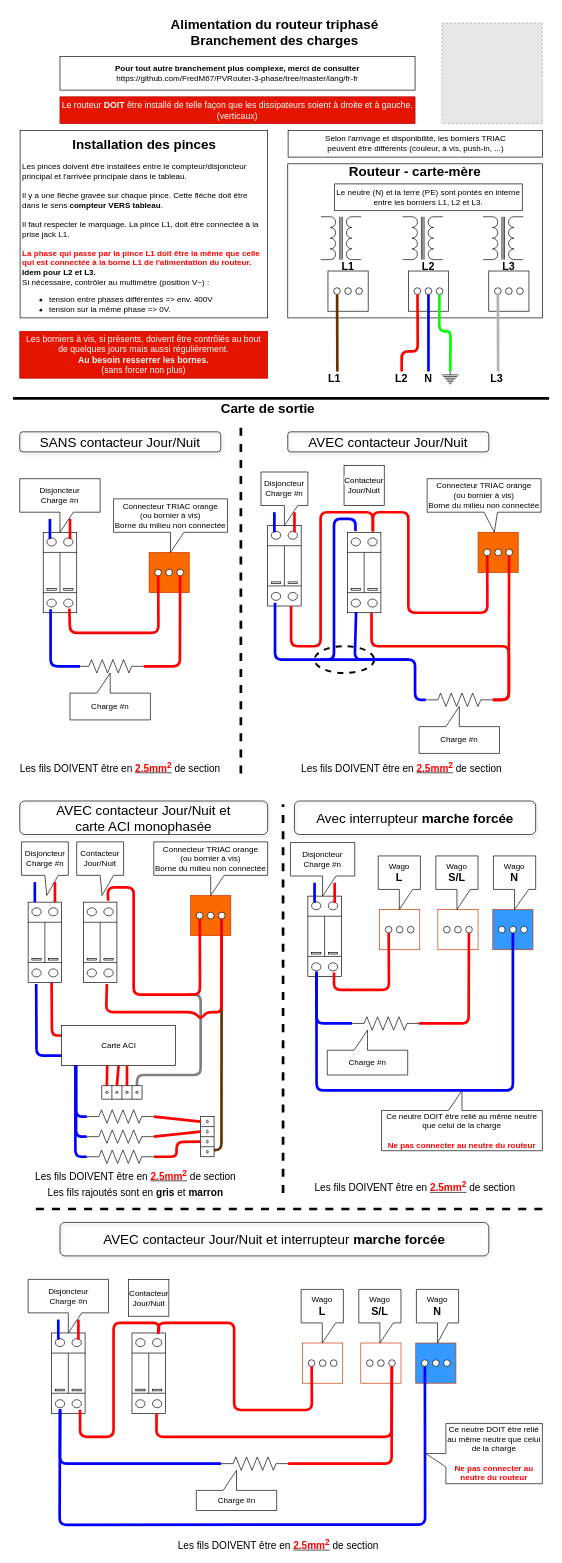
Earlier version of the draw.io diagram docs/HowToInstall.drawio (FredM67/PVRouter-3-phase). Source tidied: cells renumbered, new cells numbered last; positions are measured from the earlier drawing's top-left corner, leaving out a move shared by most shapes. Both pictures are drawn from the tidied source at 67%, with x=0, y=0 at pixel (13, 11). Pictures stored in the file or linked from it are replaced by grey dashed boxes.
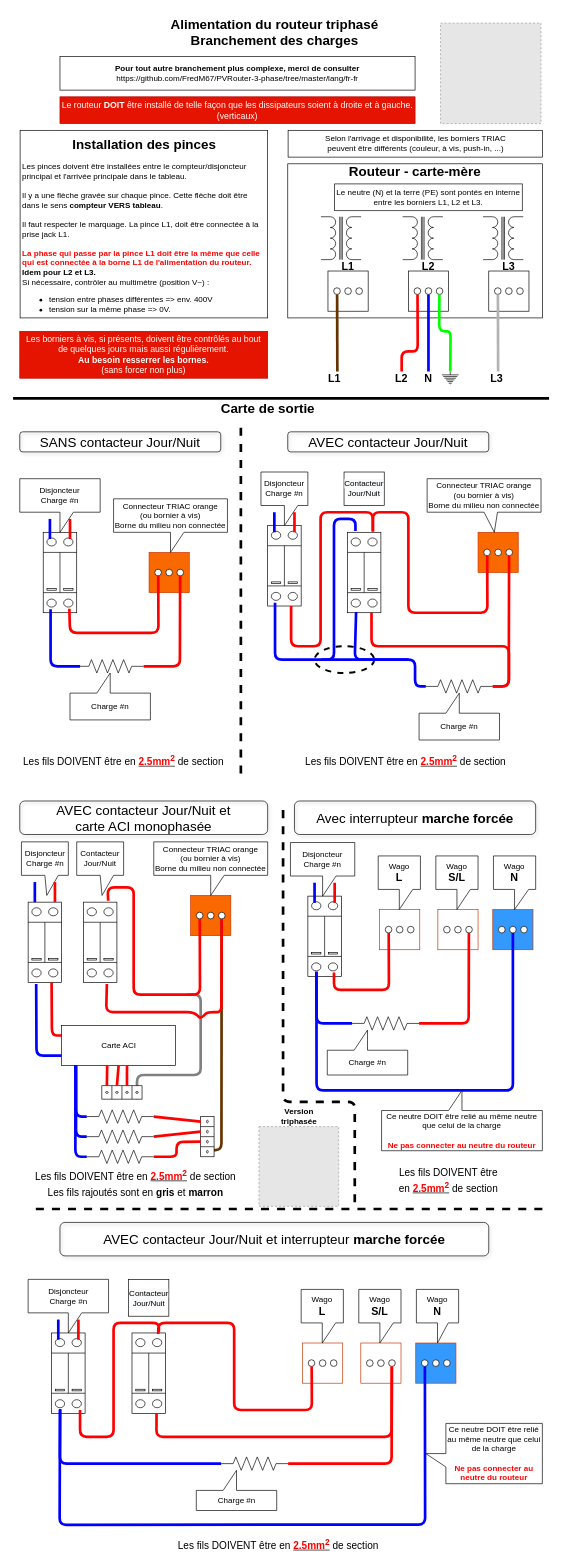
Above is the later version.

Unchanged cells that the change refers to:
```xml
<mxCell id="27" style="verticalLabelPosition=bottom;shadow=0;dashed=0;align=center;html=1;verticalAlign=top;shape=mxgraph.electrical.transmission.terminal_3_phase;" parent="1" vertex="1">
  <mxGeometry x="702.5" y="802" width="43" height="10" as="geometry" />
</mxCell>
<mxCell id="36" style="verticalLabelPosition=bottom;dashed=0;shadow=0;html=1;align=center;verticalAlign=top;shape=mxgraph.cabinets.surge_protection_2p;" parent="1" vertex="1">
  <mxGeometry x="499" y="777" width="50" height="120" as="geometry" />
</mxCell>
```

The edit, as a diff of the source:
```diff
@@
-    <mxCell id="3" style="fillColor=#E6E6E6;strokeColor=#999999;dashed=1;verticalLabelPosition=bottom;verticalAlign=top;" parent="1" vertex="1">
-      <mxGeometry x="640" y="17" width="150" height="150" as="geometry" />
-    </mxCell>
@@
     <mxCell id="21" value="&lt;font style=&quot;font-size: 15px&quot;&gt;Les fils DOIVENT être en&amp;nbsp;&lt;b&gt;&lt;u&gt;&lt;font color=&quot;#ff0000&quot;&gt;2.5mm&lt;sup&gt;2&lt;/sup&gt;&lt;/font&gt;&lt;/u&gt;&lt;/b&gt;&amp;nbsp;de section&lt;/font&gt;" style="text;html=1;strokeColor=none;fillColor=none;align=center;verticalAlign=middle;whiteSpace=wrap;rounded=0;fontSize=20;" parent="1" vertex="1">
-      <mxGeometry y="1117" width="320" height="20" as="geometry" />
+      <mxGeometry x="5" y="1107" width="320" height="20" as="geometry" />
     </mxCell>
     <mxCell id="22" value="&lt;font style=&quot;font-size: 15px&quot;&gt;Les fils DOIVENT être en &lt;b&gt;&lt;u&gt;&lt;font color=&quot;#ff0000&quot;&gt;2.5mm&lt;sup&gt;2&lt;/sup&gt;&lt;/font&gt;&lt;/u&gt;&lt;/b&gt; de section&lt;/font&gt;" style="text;html=1;strokeColor=none;fillColor=none;align=center;verticalAlign=middle;whiteSpace=wrap;rounded=0;fontSize=20;" parent="1" vertex="1">
-      <mxGeometry x="420" y="1117" width="320" height="20" as="geometry" />
+      <mxGeometry x="425.5" y="1107" width="320" height="20" as="geometry" />
     </mxCell>
@@
     <mxCell id="31" style="verticalLabelPosition=bottom;shadow=0;dashed=0;align=center;html=1;verticalAlign=top;shape=mxgraph.electrical.resistors.resistor_2;" parent="1" vertex="1">
-      <mxGeometry x="616" y="1017" width="100" height="20" as="geometry" />
+      <mxGeometry x="616" y="997" width="100" height="20" as="geometry" />
     </mxCell>
     <mxCell id="32" value="Charge #n" style="shape=callout;whiteSpace=wrap;html=1;perimeter=calloutPerimeter;direction=west;" parent="1" vertex="1">
-      <mxGeometry x="606" y="1037" width="120" height="70" as="geometry" />
+      <mxGeometry x="606" y="1017" width="120" height="70" as="geometry" />
     </mxCell>
@@
     <mxCell id="38" value="&lt;span style=&quot;color: rgb(0 , 0 , 0) ; font-family: &amp;#34;helvetica&amp;#34; ; font-size: 12px ; font-style: normal ; font-weight: 400 ; letter-spacing: normal ; text-align: center ; text-indent: 0px ; text-transform: none ; word-spacing: 0px ; background-color: rgb(248 , 249 , 250) ; display: inline ; float: none&quot;&gt;Contacteur&lt;/span&gt;&lt;br style=&quot;color: rgb(0 , 0 , 0) ; font-family: &amp;#34;helvetica&amp;#34; ; font-size: 12px ; font-style: normal ; font-weight: 400 ; letter-spacing: normal ; text-align: center ; text-indent: 0px ; text-transform: none ; word-spacing: 0px ; background-color: rgb(248 , 249 , 250)&quot;&gt;&lt;span style=&quot;color: rgb(0 , 0 , 0) ; font-family: &amp;#34;helvetica&amp;#34; ; font-size: 12px ; font-style: normal ; font-weight: 400 ; letter-spacing: normal ; text-align: center ; text-indent: 0px ; text-transform: none ; word-spacing: 0px ; background-color: rgb(248 , 249 , 250) ; display: inline ; float: none&quot;&gt;Jour/Nuit&lt;/span&gt;&lt;br&gt;" style="rounded=0;whiteSpace=wrap;html=1;" parent="1" vertex="1">
-      <mxGeometry x="494" y="677" width="60" height="60" as="geometry" />
+      <mxGeometry x="494" y="687" width="60" height="50" as="geometry" />
     </mxCell>
@@
     <mxCell id="40" style="html=1;exitX=0.88;exitY=1;exitDx=0;exitDy=0;exitPerimeter=0;fillColor=#a20025;strokeWidth=4;strokeColor=#FF0000;endArrow=none;endFill=0;entryX=1;entryY=0.5;entryDx=0;entryDy=0;entryPerimeter=0;" parent="1" edge="1" source="27" target="31">
       <mxGeometry relative="1" as="geometry">
         <Array as="points">
           <mxPoint x="740" y="947" />
-          <mxPoint x="740" y="1027" />
+          <mxPoint x="740" y="1007" />
         </Array>
       </mxGeometry>
     </mxCell>
     <mxCell id="41" style="html=1;fillColor=#a20025;strokeWidth=4;strokeColor=#FF0000;endArrow=none;endFill=0;entryX=0.72;entryY=1;entryDx=0;entryDy=0;entryPerimeter=0;exitX=1;exitY=0.5;exitDx=0;exitDy=0;exitPerimeter=0;" parent="1" edge="1" source="31" target="36">
       <mxGeometry relative="1" as="geometry">
         <Array as="points">
-          <mxPoint x="740" y="1027" />
+          <mxPoint x="740" y="1007" />
           <mxPoint x="740" y="947" />
           <mxPoint x="535" y="947" />
         </Array>
       </mxGeometry>
     </mxCell>
     <mxCell id="42" style="html=1;exitX=0.26;exitY=0.992;exitDx=0;exitDy=0;exitPerimeter=0;entryX=0;entryY=0.5;entryDx=0;entryDy=0;entryPerimeter=0;strokeWidth=4;fillColor=#0050ef;strokeColor=#0000FF;endArrow=none;endFill=0;" parent="1" edge="1" source="36" target="31">
       <mxGeometry x="-90" y="70" as="geometry">
         <Array as="points">
           <mxPoint x="510" y="967" />
           <mxPoint x="600" y="967" />
-          <mxPoint x="600" y="1027" />
+          <mxPoint x="600" y="1007" />
         </Array>
       </mxGeometry>
     </mxCell>
@@
     <mxCell id="100" style="endArrow=none;dashed=1;html=1;strokeWidth=4;fontSize=20;" parent="1" edge="1">
       <mxGeometry relative="1" as="geometry">
-        <mxPoint x="403" y="1763" as="sourcePoint" />
+        <mxPoint x="510" y="1777" as="sourcePoint" />
         <mxPoint x="403" y="1183" as="targetPoint" />
+        <Array as="points">
+          <mxPoint x="510" y="1627" />
+          <mxPoint x="403" y="1627" />
+        </Array>
       </mxGeometry>
     </mxCell>
     <mxCell id="101" value="&lt;font style=&quot;font-size: 15px&quot;&gt;Les fils DOIVENT être en&amp;nbsp;&lt;b&gt;&lt;u&gt;&lt;font color=&quot;#ff0000&quot;&gt;2.5mm&lt;sup&gt;2&lt;/sup&gt;&lt;/font&gt;&lt;/u&gt;&lt;/b&gt;&amp;nbsp;de section&lt;/font&gt;" style="text;html=1;strokeColor=none;fillColor=none;align=center;verticalAlign=middle;whiteSpace=wrap;rounded=0;fontSize=20;" parent="1" vertex="1">
-      <mxGeometry x="440" y="1743" width="320" height="20" as="geometry" />
+      <mxGeometry x="527.5" y="1719" width="243.5" height="46" as="geometry" />
     </mxCell>
@@
+    <mxCell id="155" value="Version triphasée" style="text;html=1;strokeColor=none;fillColor=none;align=center;verticalAlign=middle;whiteSpace=wrap;rounded=0;fontStyle=1;" parent="1" vertex="1">
+      <mxGeometry x="376.5" y="1634" width="100" height="30" as="geometry" />
+    </mxCell>
+    <mxCell id="156" style="fillColor=#E6E6E6;strokeColor=#999999;dashed=1;verticalLabelPosition=bottom;verticalAlign=top;" parent="1" vertex="1">
+      <mxGeometry x="367" y="1664" width="119" height="119" as="geometry" />
+    </mxCell>
+    <mxCell id="157" style="fillColor=#E6E6E6;strokeColor=#999999;dashed=1;verticalLabelPosition=bottom;verticalAlign=top;" parent="1" vertex="1">
+      <mxGeometry x="638" y="17" width="150" height="150" as="geometry" />
+    </mxCell>
```
